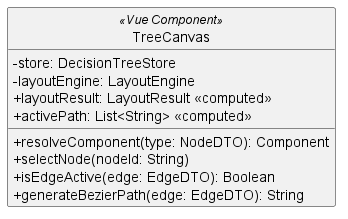
Before: src/PB/DocumentazioneEsterna/Specifica_Tecnica/content/05-diagrammi-classi/uml/png/frontend/TreeCanvas.png, a diagram exported from PlantUML (GroupRubberDuck/Documentazione).
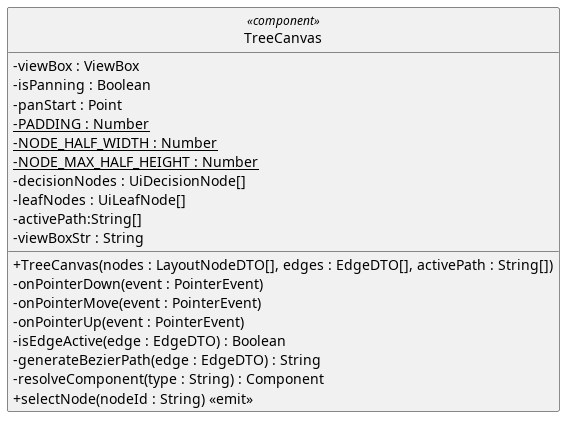
After the change.

What changed in the source:
```diff
@@ -1,16 +1,31 @@
-@startuml TreeCanvas
+@startuml
+skinparam linetype ortho
+skinparam nodesep 80
+skinparam ranksep 100
 skinparam classAttributeIconSize 0
+skinparam packageStyle rectangle
 skinparam style strictuml
 
-class TreeCanvas << (V,#41B883) Vue Component >> {
-  - store: DecisionTreeStore
-  - layoutEngine: LayoutEngine
-  + layoutResult: LayoutResult <<computed>>
-  + activePath: List<String> <<computed>>
-  + resolveComponent(type: NodeDTO): Component
-  + selectNode(nodeId: String)
-  + isEdgeActive(edge: EdgeDTO): Boolean
-  + generateBezierPath(edge: EdgeDTO): String
+
+class TreeCanvas <<component>> {
+  - viewBox : ViewBox
+  - isPanning : Boolean
+  - panStart : Point
+  - {static} PADDING : Number
+  - {static} NODE_HALF_WIDTH : Number
+  - {static} NODE_MAX_HALF_HEIGHT : Number
+  - decisionNodes : UiDecisionNode[]
+  - leafNodes : UiLeafNode[]
+  + TreeCanvas(nodes : LayoutNodeDTO[], edges : EdgeDTO[], activePath : String[])
+  - activePath:String[]
+  - viewBoxStr : String
+  - onPointerDown(event : PointerEvent)
+  - onPointerMove(event : PointerEvent)
+  - onPointerUp(event : PointerEvent)
+  - isEdgeActive(edge : EdgeDTO) : Boolean
+  - generateBezierPath(edge : EdgeDTO) : String
+  - resolveComponent(type : String) : Component
+  + selectNode(nodeId : String) <<emit>>
 }
 
 @enduml
```
